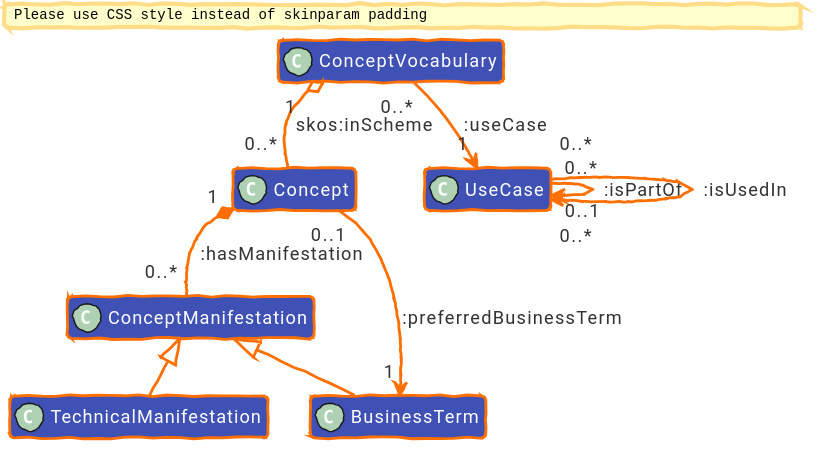
Before: diagrams/out/uctm-term.svg, a diagram exported from PlantUML (EKGF/ekg-method).
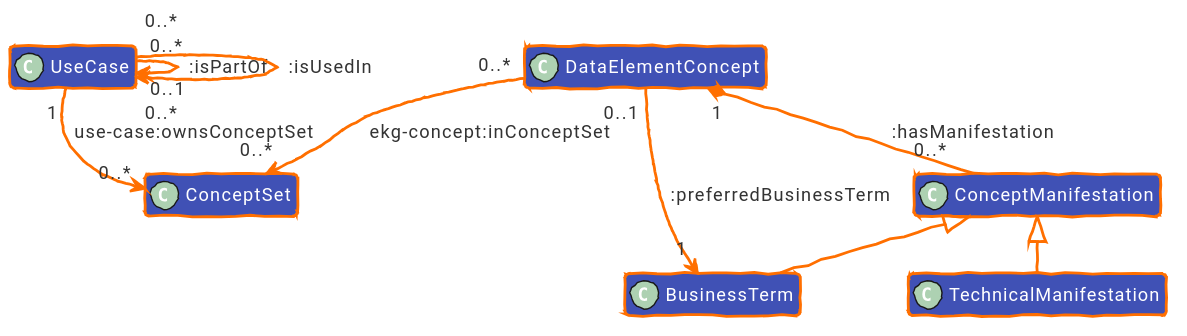
After the change.

What changed in the source:
```diff
@@ -62,18 +62,18 @@
 class "ConceptManifestation" as ConceptManifestation [[/concept/term/#ontology]]
 class "BusinessTerm" as BusinessTerm [[/concept/term/business-term/#ontology]]
 class "TechnicalManifestation" as TechnicalManifestation [[/concept/term/technical-term/#ontology]]
-class "Concept" as Concept [[/concept/concept/#ontology]]
-class "ConceptVocabulary" as ConceptVocabulary [[/concept/concept/concept-vocabulary/#ontology]]
+class "DataElementConcept" as DataElementConcept [[/concept/concept/#ontology]]
+class "ConceptSet" as ConceptSet [[/concept/concept/concept-vocabulary/#ontology]]
 class "UseCase" as UseCase [[/concept/use-case/#ontology]]
 
 ConceptManifestation <|-- BusinessTerm
 ConceptManifestation <|-- TechnicalManifestation
 
-Concept "1" *-- "0..*" ConceptManifestation : :hasManifestation
-Concept "0..1" --> "1" BusinessTerm : :preferredBusinessTerm
+DataElementConcept "1" *-- "0..*" ConceptManifestation : :hasManifestation
+DataElementConcept "0..1" --> "1" BusinessTerm : :preferredBusinessTerm
 
-ConceptVocabulary "1" o-- "0..*" Concept : skos:inScheme
-ConceptVocabulary "0..*" --> "1" UseCase : :useCase
+DataElementConcept "0..*" --> "0..*" ConceptSet : ekg-concept:inConceptSet
+UseCase "1" --> "0..*" ConceptSet : use-case:ownsConceptSet
 
 UseCase "0..*" --> "0..1" UseCase : :isPartOf
 UseCase "0..*" --> "0..*" UseCase : :isUsedIn
```
